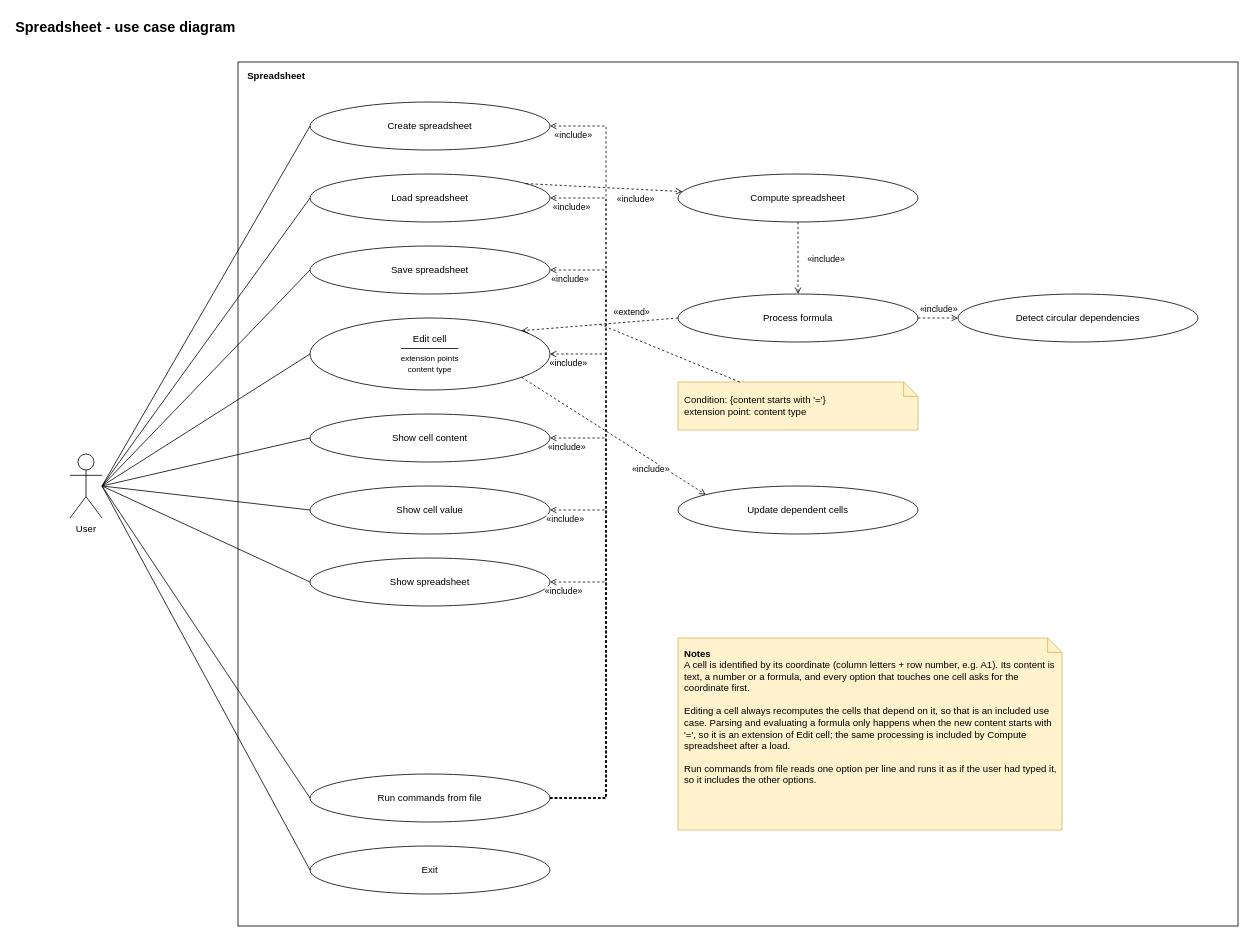
Before: docs/use-case-diagram.drawio in kamanfung-upc/softeng-project, a draw.io diagram. Source tidied: cells renumbered, new cells numbered last; positions are measured from the earlier drawing's top-left corner, leaving out a move shared by most shapes. Both pictures are drawn from the tidied source at 80%, with x=0, y=0 at pixel (14, 14).
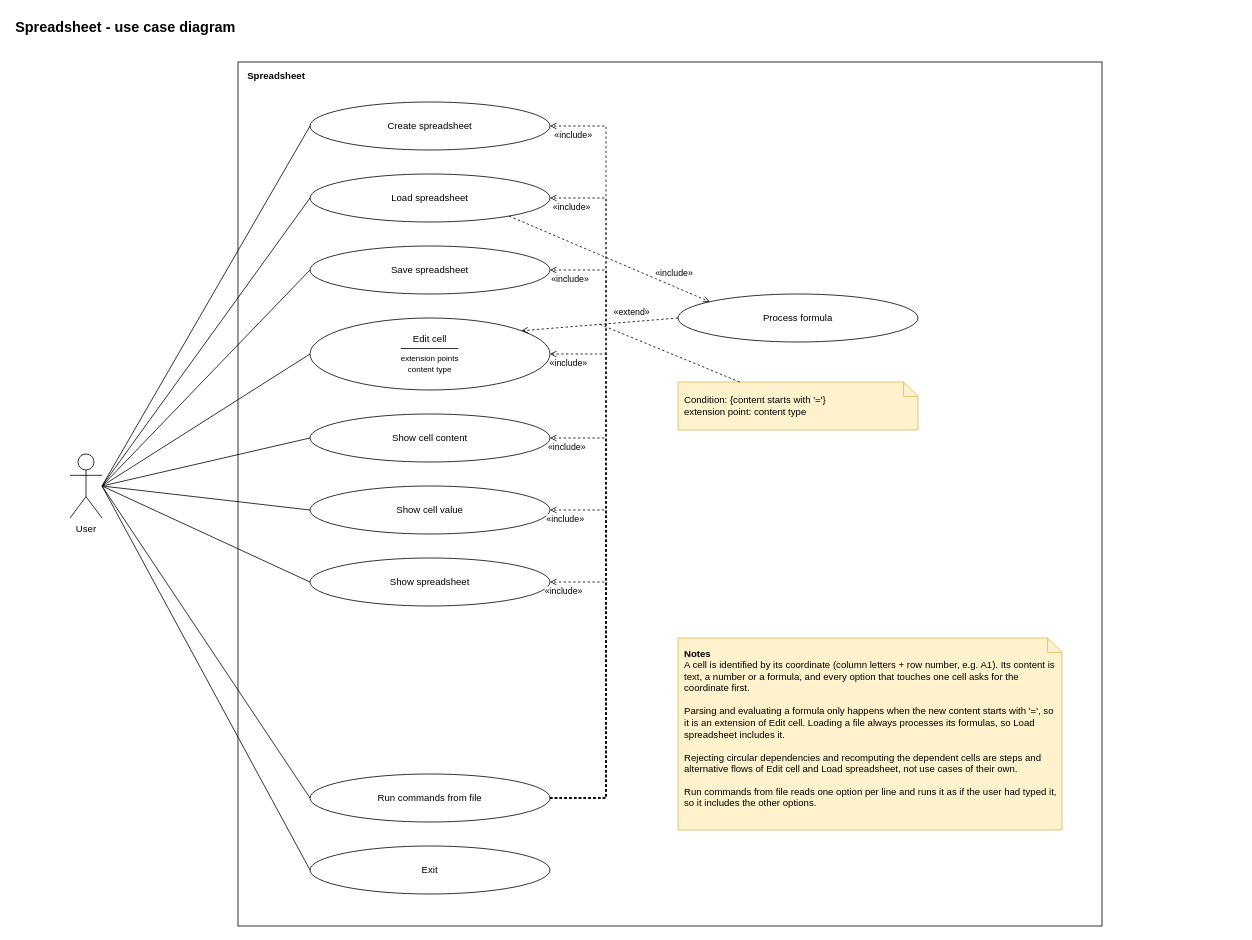
Above is the later version.

Commit message (it also covers changes not shown here):
docs: simplify use cases and move deliverable 1 to docs

Unchanged cells that the change refers to:
```xml
<mxCell id="6" value="Load spreadsheet" style="ellipse;whiteSpace=wrap;html=1;" parent="1" vertex="1">
  <mxGeometry x="370" y="200" width="300" height="60" as="geometry" />
</mxCell>
<mxCell id="13" value="Edit cell&lt;hr style=&quot;border:none;border-top:1px solid #000000;margin:4px 0;&quot;&gt;&lt;font style=&quot;font-size:10px;&quot;&gt;extension points&lt;br&gt;content type&lt;/font&gt;" style="ellipse;whiteSpace=wrap;html=1;" parent="1" vertex="1">
  <mxGeometry x="370" y="380" width="300" height="90" as="geometry" />
</mxCell>
<mxCell id="24" value="Process formula" style="ellipse;whiteSpace=wrap;html=1;" parent="1" vertex="1">
  <mxGeometry x="830" y="350" width="300" height="60" as="geometry" />
</mxCell>
```

The edit, as a diff of the source:
```diff
@@
     <mxCell id="3" value="Spreadsheet" style="rounded=0;whiteSpace=wrap;html=1;fillColor=none;align=left;verticalAlign=top;fontStyle=1;spacingLeft=10;spacingTop=4;" parent="1" vertex="1">
-      <mxGeometry x="280" y="60" width="1250" height="1080" as="geometry" />
+      <mxGeometry x="280" y="60" width="1080" height="1080" as="geometry" />
     </mxCell>
@@
-    <mxCell id="23" value="Compute spreadsheet" style="ellipse;whiteSpace=wrap;html=1;" parent="1" vertex="1">
-      <mxGeometry x="830" y="200" width="300" height="60" as="geometry" />
-    </mxCell>
@@
-    <mxCell id="25" value="Update dependent cells" style="ellipse;whiteSpace=wrap;html=1;" parent="1" vertex="1">
-      <mxGeometry x="830" y="590" width="300" height="60" as="geometry" />
-    </mxCell>
-    <mxCell id="26" value="Detect circular dependencies" style="ellipse;whiteSpace=wrap;html=1;" parent="1" vertex="1">
-      <mxGeometry x="1180" y="350" width="300" height="60" as="geometry" />
-    </mxCell>
-    <mxCell id="27" style="endArrow=open;endFill=1;dashed=1;html=1;rounded=0;exitX=0.9;exitY=0.2;exitDx=0;exitDy=0;entryX=0.02;entryY=0.36;entryDx=0;entryDy=0;" parent="1" edge="1" source="6" target="23">
-      <mxGeometry relative="1" as="geometry" />
-    </mxCell>
-    <mxCell id="28" value="«include»" style="edgeLabel;html=1;align=center;verticalAlign=middle;" parent="27" vertex="1">
-      <mxGeometry x="0.4" relative="1" as="geometry">
-        <mxPoint y="12" as="offset" />
-      </mxGeometry>
-    </mxCell>
-    <mxCell id="29" style="endArrow=open;endFill=1;dashed=1;html=1;rounded=0;exitX=0.5;exitY=1;exitDx=0;exitDy=0;entryX=0.5;entryY=0;entryDx=0;entryDy=0;" parent="1" edge="1" source="23" target="24">
-      <mxGeometry relative="1" as="geometry" />
-    </mxCell>
-    <mxCell id="30" value="«include»" style="edgeLabel;html=1;align=center;verticalAlign=middle;" parent="29" vertex="1">
-      <mxGeometry relative="1" as="geometry">
-        <mxPoint x="34" as="offset" />
-      </mxGeometry>
-    </mxCell>
-    <mxCell id="31" style="endArrow=open;endFill=1;dashed=1;html=1;rounded=0;exitX=1;exitY=0.5;exitDx=0;exitDy=0;entryX=0;entryY=0.5;entryDx=0;entryDy=0;" parent="1" edge="1" source="24" target="26">
-      <mxGeometry relative="1" as="geometry" />
-    </mxCell>
-    <mxCell id="32" value="«include»" style="edgeLabel;html=1;align=center;verticalAlign=middle;" parent="31" vertex="1">
-      <mxGeometry relative="1" as="geometry">
-        <mxPoint y="-12" as="offset" />
-      </mxGeometry>
-    </mxCell>
-    <mxCell id="33" style="endArrow=open;endFill=1;dashed=1;html=1;rounded=0;exitX=0.88;exitY=0.83;exitDx=0;exitDy=0;entryX=0.12;entryY=0.17;entryDx=0;entryDy=0;" parent="1" edge="1" source="13" target="25">
-      <mxGeometry relative="1" as="geometry" />
-    </mxCell>
-    <mxCell id="34" value="«include»" style="edgeLabel;html=1;align=center;verticalAlign=middle;" parent="33" vertex="1">
-      <mxGeometry x="0.4" relative="1" as="geometry">
-        <mxPoint y="12" as="offset" />
-      </mxGeometry>
-    </mxCell>
@@
-    <mxCell id="53" value="&lt;b&gt;Notes&lt;/b&gt;&lt;br&gt;A cell is identified by its coordinate (column letters + row number, e.g. A1). Its content is text, a number or a formula, and every option that touches one cell asks for the coordinate first.&lt;br&gt;&lt;br&gt;Editing a cell always recomputes the cells that depend on it, so that is an included use case. Parsing and evaluating a formula only happens when the new content starts with '=', so it is an extension of Edit cell; the same processing is included by Compute spreadsheet after a load.&lt;br&gt;&lt;br&gt;Run commands from file reads one option per line and runs it as if the user had typed it, so it includes the other options." style="shape=note;whiteSpace=wrap;html=1;align=left;verticalAlign=top;spacing=8;size=18;fillColor=#fff2cc;strokeColor=#d6b656;" parent="1" vertex="1">
+    <mxCell id="53" value="&lt;b&gt;Notes&lt;/b&gt;&lt;br&gt;A cell is identified by its coordinate (column letters + row number, e.g. A1). Its content is text, a number or a formula, and every option that touches one cell asks for the coordinate first.&lt;br&gt;&lt;br&gt;Parsing and evaluating a formula only happens when the new content starts with '=', so it is an extension of Edit cell. Loading a file always processes its formulas, so Load spreadsheet includes it.&lt;br&gt;&lt;br&gt;Rejecting circular dependencies and recomputing the dependent cells are steps and alternative flows of Edit cell and Load spreadsheet, not use cases of their own.&lt;br&gt;&lt;br&gt;Run commands from file reads one option per line and runs it as if the user had typed it, so it includes the other options." style="shape=note;whiteSpace=wrap;html=1;align=left;verticalAlign=top;spacing=8;size=18;fillColor=#fff2cc;strokeColor=#d6b656;" parent="1" vertex="1">
       <mxGeometry x="830" y="780" width="480" height="240" as="geometry" />
     </mxCell>
+    <mxCell id="54" style="endArrow=open;endFill=1;dashed=1;html=1;rounded=0;exitX=0.85;exitY=0.9;exitDx=0;exitDy=0;entryX=0.12;entryY=0.15;entryDx=0;entryDy=0;" parent="1" edge="1" source="6" target="24">
+      <mxGeometry relative="1" as="geometry" />
+    </mxCell>
+    <mxCell id="55" value="«include»" style="edgeLabel;html=1;align=center;verticalAlign=middle;" parent="54" vertex="1">
+      <mxGeometry x="0.55" relative="1" as="geometry">
+        <mxPoint x="12" y="-12" as="offset" />
+      </mxGeometry>
+    </mxCell>
```
